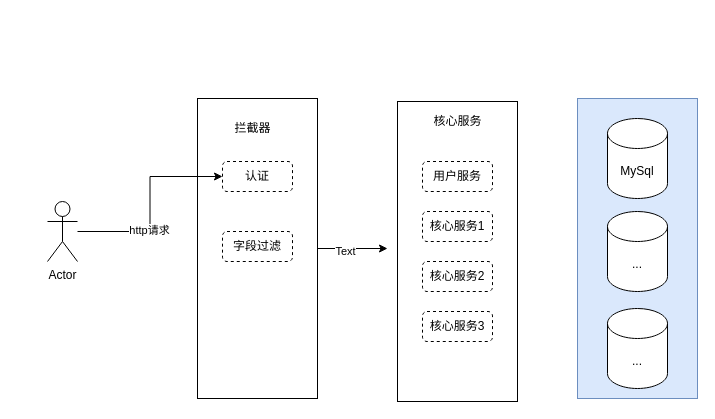
The draw.io diagram rongda-dep/牙管家-数据权限-字段过滤.drawio in cherishsince/diagrams.net, before the edit. Source tidied: cells renumbered, new cells numbered last; positions are measured from the earlier drawing's top-left corner, leaving out a move shared by most shapes. Both pictures are drawn from the tidied source at 100%, with x=0, y=0 at pixel (47, 98).
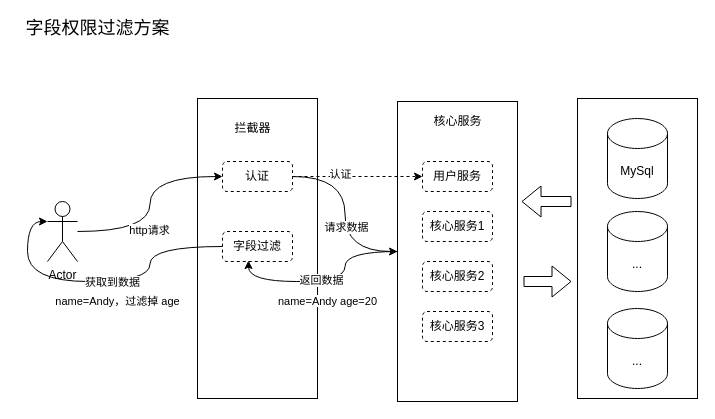
Above is the later version.

Commit message (it also covers changes not shown here):
更新牙管家-数据权限-字段过滤.drawio

The change refers to these unchanged cells:
```xml
<mxCell id="5" style="rounded=0;whiteSpace=wrap;html=1;" parent="1" vertex="1">
  <mxGeometry x="150" width="120" height="300" as="geometry" />
</mxCell>
<mxCell id="6" value="字段过滤" style="rounded=1;whiteSpace=wrap;html=1;dashed=1;" parent="1" vertex="1">
  <mxGeometry x="175" y="133" width="70" height="30" as="geometry" />
</mxCell>
<mxCell id="9" value="Actor" style="shape=umlActor;verticalLabelPosition=bottom;verticalAlign=top;html=1;outlineConnect=0;" parent="1" vertex="1">
  <mxGeometry y="103" width="30" height="60" as="geometry" />
</mxCell>
<mxCell id="14" style="rounded=0;whiteSpace=wrap;html=1;" parent="1" vertex="1">
  <mxGeometry x="350" y="3" width="120" height="300" as="geometry" />
</mxCell>
<mxCell id="16" value="用户服务" style="rounded=1;whiteSpace=wrap;html=1;dashed=1;" parent="1" vertex="1">
  <mxGeometry x="375" y="63" width="70" height="30" as="geometry" />
</mxCell>
<mxCell id="20" value="认证" style="rounded=1;whiteSpace=wrap;html=1;dashed=1;" parent="1" vertex="1">
  <mxGeometry x="175" y="63" width="70" height="30" as="geometry" />
</mxCell>
```

The edit, as a diff of the source:
```diff
@@
-    <mxCell id="2" style="rounded=0;whiteSpace=wrap;html=1;fillColor=#dae8fc;strokeColor=#6c8ebf;" parent="1" vertex="1">
+    <mxCell id="2" style="rounded=0;whiteSpace=wrap;html=1;" parent="1" vertex="1">
       <mxGeometry x="530" width="120" height="300" as="geometry" />
     </mxCell>
-    <mxCell id="3" style="edgeStyle=orthogonalEdgeStyle;rounded=0;jettySize=auto;html=1;exitX=1;exitY=0.5;exitDx=0;exitDy=0;" parent="1" edge="1" source="5">
-      <mxGeometry relative="1" as="geometry">
-        <mxPoint x="340" y="150" as="targetPoint" />
-      </mxGeometry>
-    </mxCell>
-    <mxCell id="4" value="Text" style="edgeLabel;html=1;align=center;verticalAlign=middle;" parent="3" vertex="1">
-      <mxGeometry x="-0.23" y="-2" relative="1" as="geometry" />
-    </mxCell>
@@
+    <mxCell id="21" style="edgeStyle=orthogonalEdgeStyle;curved=1;rounded=0;jettySize=auto;html=1;entryX=0;entryY=0.3333333333333333;entryDx=0;entryDy=0;entryPerimeter=0;" parent="1" edge="1" source="6" target="9">
+      <mxGeometry relative="1" as="geometry" />
+    </mxCell>
+    <mxCell id="22" value="获取到数据" style="edgeLabel;html=1;align=center;verticalAlign=middle;" parent="21" vertex="1">
+      <mxGeometry x="-0.06" relative="1" as="geometry" />
+    </mxCell>
@@
-    <mxCell id="7" style="edgeStyle=orthogonalEdgeStyle;rounded=0;jettySize=auto;html=1;entryX=0;entryY=0.5;entryDx=0;entryDy=0;" parent="1" edge="1" source="9" target="20">
+    <mxCell id="7" style="edgeStyle=orthogonalEdgeStyle;rounded=0;jettySize=auto;html=1;entryX=0;entryY=0.5;entryDx=0;entryDy=0;curved=1;" parent="1" edge="1" source="9" target="20">
       <mxGeometry relative="1" as="geometry" />
     </mxCell>
@@
+    <mxCell id="23" style="edgeStyle=orthogonalEdgeStyle;curved=1;rounded=0;jettySize=auto;html=1;entryX=0.371;entryY=0.967;entryDx=0;entryDy=0;entryPerimeter=0;" parent="1" edge="1" source="14" target="6">
+      <mxGeometry relative="1" as="geometry" />
+    </mxCell>
+    <mxCell id="24" value="返回数据" style="edgeLabel;html=1;align=center;verticalAlign=middle;" parent="23" vertex="1">
+      <mxGeometry x="0.07" y="-2" relative="1" as="geometry" />
+    </mxCell>
@@
+    <mxCell id="25" style="edgeStyle=orthogonalEdgeStyle;rounded=0;jettySize=auto;html=1;entryX=0;entryY=0.5;entryDx=0;entryDy=0;dashed=1;" parent="1" edge="1" source="20" target="16">
+      <mxGeometry relative="1" as="geometry" />
+    </mxCell>
+    <mxCell id="26" value="认证" style="edgeLabel;html=1;align=center;verticalAlign=middle;" parent="25" vertex="1">
+      <mxGeometry x="-0.28" y="3" relative="1" as="geometry" />
+    </mxCell>
+    <mxCell id="27" style="edgeStyle=orthogonalEdgeStyle;rounded=0;jettySize=auto;html=1;entryX=0;entryY=0.5;entryDx=0;entryDy=0;elbow=vertical;curved=1;" parent="1" edge="1" source="20" target="14">
+      <mxGeometry relative="1" as="geometry" />
+    </mxCell>
+    <mxCell id="28" value="请求数据" style="edgeLabel;html=1;align=center;verticalAlign=middle;" parent="27" vertex="1">
+      <mxGeometry x="0.14" y="1" relative="1" as="geometry" />
+    </mxCell>
@@
+    <mxCell id="29" value="&lt;span style=&quot;font-size: 11px ; background-color: rgb(255 , 255 , 255)&quot;&gt;name=Andy age=20&lt;/span&gt;" style="text;html=1;align=center;verticalAlign=middle;strokeColor=none;" parent="1" vertex="1">
+      <mxGeometry x="220" y="193" width="120" height="20" as="geometry" />
+    </mxCell>
+    <mxCell id="30" value="&lt;span style=&quot;font-size: 11px ; background-color: rgb(255 , 255 , 255)&quot;&gt;name=Andy，过滤掉 age&lt;/span&gt;" style="text;html=1;align=center;verticalAlign=middle;strokeColor=none;" parent="1" vertex="1">
+      <mxGeometry x="-5" y="193" width="150" height="20" as="geometry" />
+    </mxCell>
+    <mxCell id="31" style="shape=flexArrow;endArrow=classic;html=1;" parent="1" edge="1">
+      <mxGeometry relative="1" as="geometry">
+        <mxPoint x="476" y="183" as="sourcePoint" />
+        <mxPoint x="524" y="183" as="targetPoint" />
+      </mxGeometry>
+    </mxCell>
+    <mxCell id="32" style="shape=flexArrow;endArrow=classic;html=1;entryX=1.017;entryY=0.46;entryDx=0;entryDy=0;entryPerimeter=0;" parent="1" edge="1">
+      <mxGeometry relative="1" as="geometry">
+        <mxPoint x="524" y="103" as="sourcePoint" />
+        <mxPoint x="474" y="103" as="targetPoint" />
+      </mxGeometry>
+    </mxCell>
+    <mxCell id="33" value="&lt;font style=&quot;font-size: 18px&quot;&gt;字段权限过滤方案&lt;/font&gt;" style="text;html=1;align=center;verticalAlign=middle;strokeColor=none;" parent="1" vertex="1">
+      <mxGeometry x="-30" y="-80" width="160" height="20" as="geometry" />
+    </mxCell>
```
